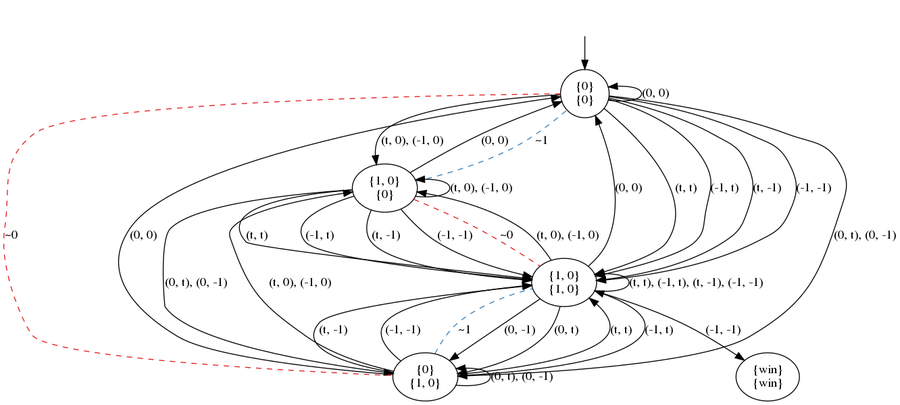
Before: pictures/GK.png, a diagram exported from Graphviz (olandr/mkbsc). Its source is kept beside it as pictures/GK.dot.
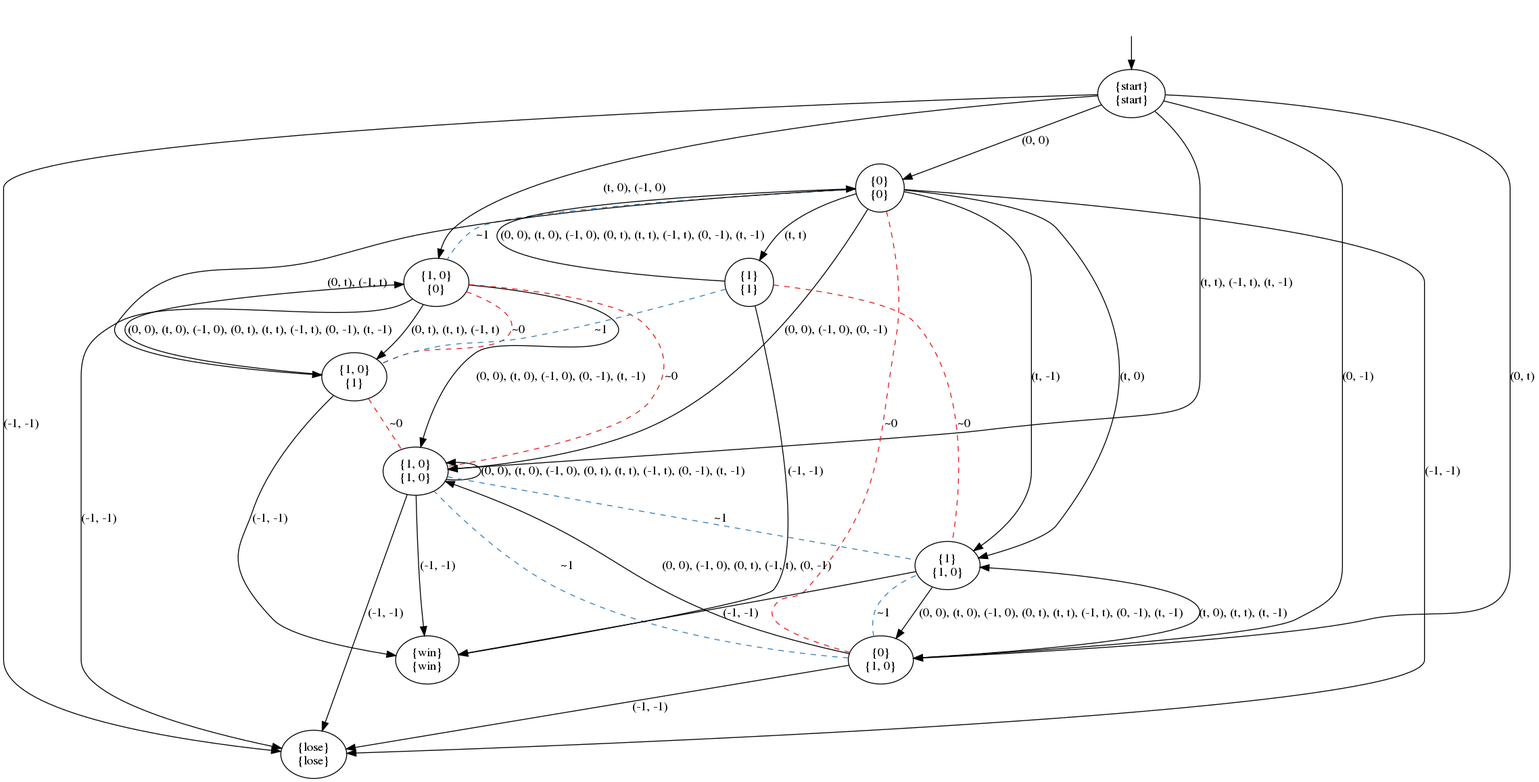
Later version of the same file.

Diff of the diagram source:
```diff
@@ -3,42 +3,53 @@
 nodesep=0.5;
 ranksep=0.5;
 splines=True;
-140446667546184 [label="{0}\n{0}"];
-140446667545232 [label="{1, 0}\n{0}"];
-140446667546464 [label="{0}\n{1, 0}"];
-140446667542880 [label="{1, 0}\n{1, 0}"];
-140446667216376 [label="{win}\n{win}"];
+140638940520288 [label="{start}\n{start}"];
+140638940517264 [label="{0}\n{0}"];
+140638940520120 [label="{1, 0}\n{0}"];
+140638940517768 [label="{0}\n{1, 0}"];
+140638940519728 [label="{1, 0}\n{1, 0}"];
+140638940519448 [label="{lose}\n{lose}"];
+140638940520400 [label="{1}\n{1, 0}"];
+140638940627800 [label="{1, 0}\n{1}"];
+140638940627128 [label="{1}\n{1}"];
+140638940713928 [label="{win}\n{win}"];
 hidden [label="", shape=none];
-140446667546184 -> 140446667546184  [action="('0', '0')", dir=back, key="('0', '0')", label="(0, 0)"];
-140446667546184 -> 140446667542880  [action="('t', 't')", key="('t', 't')", label="(t, t)"];
-140446667546184 -> 140446667542880  [action="('-1', 't')", key="('-1', 't')", label="(-1, t)"];
-140446667546184 -> 140446667542880  [action="('t', '-1')", key="('t', '-1')", label="(t, -1)"];
-140446667546184 -> 140446667542880  [action="('-1', '-1')", key="('-1', '-1')", label="(-1, -1)"];
-140446667546184 -> 140446667545232  [action="(('t', '0'), ('-1', '0'))", key="(('t', '0'), ('-1', '0'))", label="(t, 0), (-1, 0)"];
-140446667546184 -> 140446667546464  [action="(('0', 't'), ('0', '-1'))", key="(('0', 't'), ('0', '-1'))", label="(0, t), (0, -1)"];
-140446667546184 -> 140446667546464  [arrowhead=none, color=1, colorscheme=set19, constraint=True, key=1, label="~0", style=dashed];
-140446667545232 -> 140446667546184  [action="('0', '0')", key="('0', '0')", label="(0, 0)"];
-140446667545232 -> 140446667546184  [arrowhead=none, color=2, colorscheme=set19, constraint=True, key=1, label="~1", style=dashed];
-140446667545232 -> 140446667542880  [action="('t', 't')", key="('t', 't')", label="(t, t)"];
-140446667545232 -> 140446667542880  [action="('-1', 't')", key="('-1', 't')", label="(-1, t)"];
-140446667545232 -> 140446667542880  [action="('t', '-1')", key="('t', '-1')", label="(t, -1)"];
-140446667545232 -> 140446667542880  [action="('-1', '-1')", key="('-1', '-1')", label="(-1, -1)"];
-140446667545232 -> 140446667542880  [arrowhead=none, color=1, colorscheme=set19, constraint=True, key=4, label="~0", style=dashed];
-140446667545232 -> 140446667545232  [action="(('t', '0'), ('-1', '0'))", dir=back, key="(('t', '0'), ('-1', '0'))", label="(t, 0), (-1, 0)"];
-140446667545232 -> 140446667546464  [action="(('0', 't'), ('0', '-1'))", key="(('0', 't'), ('0', '-1'))", label="(0, t), (0, -1)"];
-140446667546464 -> 140446667546184  [action="('0', '0')", key="('0', '0')", label="(0, 0)"];
-140446667546464 -> 140446667542880  [action="('t', 't')", key="('t', 't')", label="(t, t)"];
-140446667546464 -> 140446667542880  [action="('-1', 't')", key="('-1', 't')", label="(-1, t)"];
-140446667546464 -> 140446667542880  [action="('t', '-1')", key="('t', '-1')", label="(t, -1)"];
-140446667546464 -> 140446667542880  [action="('-1', '-1')", key="('-1', '-1')", label="(-1, -1)"];
-140446667546464 -> 140446667542880  [arrowhead=none, color=2, colorscheme=set19, constraint=True, key=4, label="~1", style=dashed];
-140446667546464 -> 140446667545232  [action="(('t', '0'), ('-1', '0'))", key="(('t', '0'), ('-1', '0'))", label="(t, 0), (-1, 0)"];
-140446667546464 -> 140446667546464  [action="(('0', 't'), ('0', '-1'))", dir=back, key="(('0', 't'), ('0', '-1'))", label="(0, t), (0, -1)"];
-140446667542880 -> 140446667546184  [action="('0', '0')", key="('0', '0')", label="(0, 0)"];
-140446667542880 -> 140446667546464  [action="('0', 't')", key="('0', 't')", label="(0, t)"];
-140446667542880 -> 140446667546464  [action="('0', '-1')", key="('0', '-1')", label="(0, -1)"];
-140446667542880 -> 140446667216376  [action="('-1', '-1')", key="('-1', '-1')", label="(-1, -1)"];
-140446667542880 -> 140446667545232  [action="(('t', '0'), ('-1', '0'))", key="(('t', '0'), ('-1', '0'))", label="(t, 0), (-1, 0)"];
-140446667542880 -> 140446667542880  [action="(('t', 't'), ('-1', 't'), ('t', '-1'), ('-1', '-1'))", dir=back, key="(('t', 't'), ('-1', 't'), ('t', '-1'), ('-1', '-1'))", label="(t, t), (-1, t), (t, -1), (-1, -1)"];
-hidden -> 140446667546184  [key=0];
+140638940520288 -> 140638940517264  [action="('0', '0')", key="('0', '0')", label="(0, 0)"];
+140638940520288 -> 140638940517768  [action="('0', 't')", key="('0', 't')", label="(0, t)"];
+140638940520288 -> 140638940517768  [action="('0', '-1')", key="('0', '-1')", label="(0, -1)"];
+140638940520288 -> 140638940519448  [action="('-1', '-1')", key="('-1', '-1')", label="(-1, -1)"];
+140638940520288 -> 140638940520120  [action="(('t', '0'), ('-1', '0'))", key="(('t', '0'), ('-1', '0'))", label="(t, 0), (-1, 0)"];
+140638940520288 -> 140638940519728  [action="(('t', 't'), ('-1', 't'), ('t', '-1'))", key="(('t', 't'), ('-1', 't'), ('t', '-1'))", label="(t, t), (-1, t), (t, -1)"];
+140638940517264 -> 140638940520400  [action="('t', '0')", key="('t', '0')", label="(t, 0)"];
+140638940517264 -> 140638940520400  [action="('t', '-1')", key="('t', '-1')", label="(t, -1)"];
+140638940517264 -> 140638940627128  [action="('t', 't')", key="('t', 't')", label="(t, t)"];
+140638940517264 -> 140638940519448  [action="('-1', '-1')", key="('-1', '-1')", label="(-1, -1)"];
+140638940517264 -> 140638940519728  [action="(('0', '0'), ('-1', '0'), ('0', '-1'))", key="(('0', '0'), ('-1', '0'), ('0', '-1'))", label="(0, 0), (-1, 0), (0, -1)"];
+140638940517264 -> 140638940627800  [action="(('0', 't'), ('-1', 't'))", key="(('0', 't'), ('-1', 't'))", label="(0, t), (-1, t)"];
+140638940517264 -> 140638940520120  [arrowhead=none, color=2, colorscheme=set19, constraint=True, key=0, label="~1", style=dashed];
+140638940520120 -> 140638940519448  [action="('-1', '-1')", key="('-1', '-1')", label="(-1, -1)"];
+140638940520120 -> 140638940519728  [action="(('0', '0'), ('t', '0'), ('-1', '0'), ('0', '-1'), ('t', '-1'))", key="(('0', '0'), ('t', '0'), ('-1', '0'), ('0', '-1'), ('t', '-1'))", label="(0, 0), (t, 0), (-1, 0), (0, -1), (t, -1)"];
+140638940520120 -> 140638940519728  [arrowhead=none, color=1, colorscheme=set19, constraint=True, key=1, label="~0", style=dashed];
+140638940520120 -> 140638940627800  [action="(('0', 't'), ('t', 't'), ('-1', 't'))", key="(('0', 't'), ('t', 't'), ('-1', 't'))", label="(0, t), (t, t), (-1, t)"];
+140638940520120 -> 140638940627800  [arrowhead=none, color=1, colorscheme=set19, constraint=True, key=1, label="~0", style=dashed];
+140638940517768 -> 140638940519448  [action="('-1', '-1')", key="('-1', '-1')", label="(-1, -1)"];
+140638940517768 -> 140638940519728  [action="(('0', '0'), ('-1', '0'), ('0', 't'), ('-1', 't'), ('0', '-1'))", key="(('0', '0'), ('-1', '0'), ('0', 't'), ('-1', 't'), ('0', '-1'))", label="(0, 0), (-1, 0), (0, t), (-1, t), (0, -1)"];
+140638940517768 -> 140638940519728  [arrowhead=none, color=2, colorscheme=set19, constraint=True, key=1, label="~1", style=dashed];
+140638940517768 -> 140638940520400  [action="(('t', '0'), ('t', 't'), ('t', '-1'))", key="(('t', '0'), ('t', 't'), ('t', '-1'))", label="(t, 0), (t, t), (t, -1)"];
+140638940517768 -> 140638940520400  [arrowhead=none, color=2, colorscheme=set19, constraint=True, key=1, label="~1", style=dashed];
+140638940517768 -> 140638940517264  [arrowhead=none, color=1, colorscheme=set19, constraint=True, key=0, label="~0", style=dashed];
+140638940519728 -> 140638940519448  [action="('-1', '-1')", key="('-1', '-1')", label="(-1, -1)"];
+140638940519728 -> 140638940713928  [action="('-1', '-1')", key="('-1', '-1')", label="(-1, -1)"];
+140638940519728 -> 140638940519728  [action="(('0', '0'), ('t', '0'), ('-1', '0'), ('0', 't'), ('t', 't'), ('-1', 't'), ('0', '-1'), ('t', '-1'))", dir=back, key="(('0', '0'), ('t', '0'), ('-1', '0'), ('0', 't'), ('t', 't'), ('-1', 't'), ('0', '-1'), ('t', '-1'))", label="(0, 0), (t, 0), (-1, 0), (0, t), (t, t), (-1, t), (0, -1), (t, -1)"];
+140638940519728 -> 140638940520400  [arrowhead=none, color=2, colorscheme=set19, constraint=True, key=0, label="~1", style=dashed];
+140638940520400 -> 140638940713928  [action="('-1', '-1')", key="('-1', '-1')", label="(-1, -1)"];
+140638940520400 -> 140638940517768  [action="(('0', '0'), ('t', '0'), ('-1', '0'), ('0', 't'), ('t', 't'), ('-1', 't'), ('0', '-1'), ('t', '-1'))", key="(('0', '0'), ('t', '0'), ('-1', '0'), ('0', 't'), ('t', 't'), ('-1', 't'), ('0', '-1'), ('t', '-1'))", label="(0, 0), (t, 0), (-1, 0), (0, t), (t, t), (-1, t), (0, -1), (t, -1)"];
+140638940627800 -> 140638940713928  [action="('-1', '-1')", key="('-1', '-1')", label="(-1, -1)"];
+140638940627800 -> 140638940520120  [action="(('0', '0'), ('t', '0'), ('-1', '0'), ('0', 't'), ('t', 't'), ('-1', 't'), ('0', '-1'), ('t', '-1'))", key="(('0', '0'), ('t', '0'), ('-1', '0'), ('0', 't'), ('t', 't'), ('-1', 't'), ('0', '-1'), ('t', '-1'))", label="(0, 0), (t, 0), (-1, 0), (0, t), (t, t), (-1, t), (0, -1), (t, -1)"];
+140638940627800 -> 140638940519728  [arrowhead=none, color=1, colorscheme=set19, constraint=True, key=0, label="~0", style=dashed];
+140638940627128 -> 140638940713928  [action="('-1', '-1')", key="('-1', '-1')", label="(-1, -1)"];
+140638940627128 -> 140638940517264  [action="(('0', '0'), ('t', '0'), ('-1', '0'), ('0', 't'), ('t', 't'), ('-1', 't'), ('0', '-1'), ('t', '-1'))", key="(('0', '0'), ('t', '0'), ('-1', '0'), ('0', 't'), ('t', 't'), ('-1', 't'), ('0', '-1'), ('t', '-1'))", label="(0, 0), (t, 0), (-1, 0), (0, t), (t, t), (-1, t), (0, -1), (t, -1)"];
+140638940627128 -> 140638940520400  [arrowhead=none, color=1, colorscheme=set19, constraint=True, key=0, label="~0", style=dashed];
+140638940627128 -> 140638940627800  [arrowhead=none, color=2, colorscheme=set19, constraint=True, key=0, label="~1", style=dashed];
+hidden -> 140638940520288  [key=0];
 }
```
